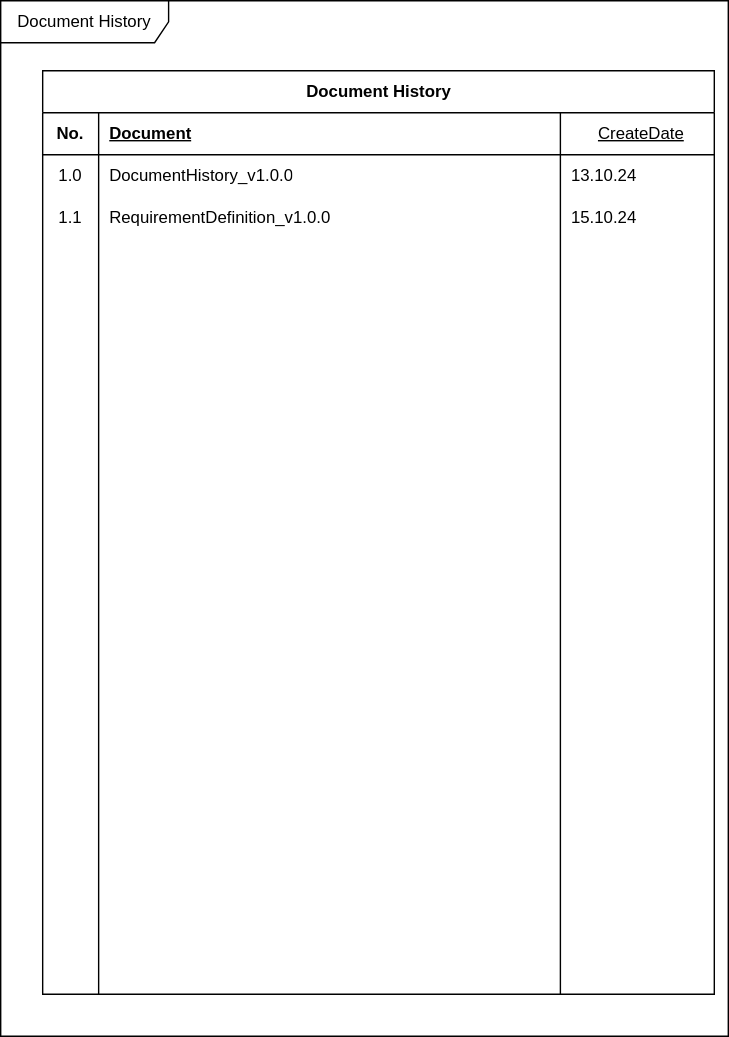
Above: Document/WeadinatorDocumentation.svg in cjungwo/Weadinator (draw.io), before the change. Source tidied: cells renumbered, new cells last; positions are measured from the earlier drawing's top-left corner, leaving out a move shared by most shapes.
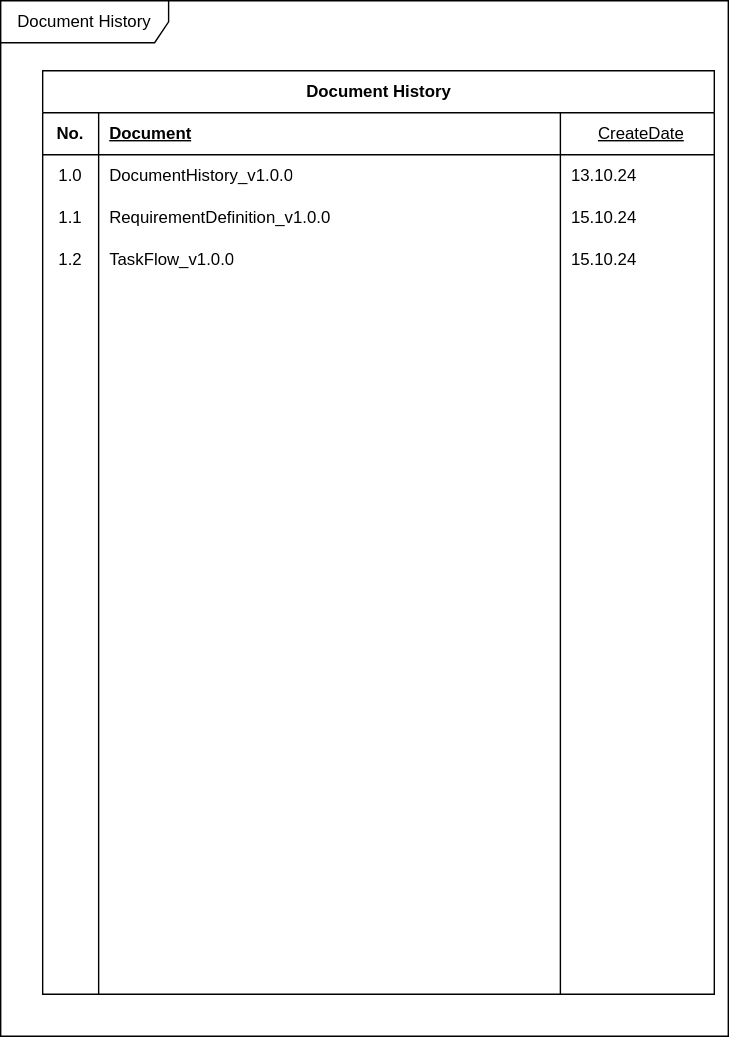
The same file after the commit.

Commit message:
#2 - Update to add task flow

The edit, as a diff of the source:
```diff
@@ -47,13 +47,13 @@
     <mxCell id="16" style="shape=tableRow;horizontal=0;startSize=0;swimlaneHead=0;swimlaneBody=0;fillColor=none;top=0;left=0;right=0;bottom=0;" parent="3" vertex="1">
       <mxGeometry y="120" width="480" height="30" as="geometry" />
     </mxCell>
-    <mxCell id="17" style="shape=partialRectangle;fillColor=none;top=0;left=0;bottom=0;right=0;overflow=hidden;whiteSpace=wrap;html=1;" parent="16" vertex="1">
+    <mxCell id="17" value="1.2" style="shape=partialRectangle;fillColor=none;top=0;left=0;bottom=0;right=0;overflow=hidden;whiteSpace=wrap;html=1;" parent="16" vertex="1">
       <mxGeometry width="40" height="30" as="geometry" />
     </mxCell>
-    <mxCell id="18" style="shape=partialRectangle;fillColor=none;top=0;left=0;bottom=0;right=0;align=left;spacingLeft=6;overflow=hidden;whiteSpace=wrap;html=1;" parent="16" vertex="1">
+    <mxCell id="18" value="TaskFlow_v1.0.0" style="shape=partialRectangle;fillColor=none;top=0;left=0;bottom=0;right=0;align=left;spacingLeft=6;overflow=hidden;whiteSpace=wrap;html=1;" parent="16" vertex="1">
       <mxGeometry x="40" width="330" height="30" as="geometry" />
     </mxCell>
-    <mxCell id="19" style="shape=partialRectangle;fillColor=none;top=0;left=0;bottom=0;right=0;align=left;spacingLeft=6;overflow=hidden;whiteSpace=wrap;html=1;" parent="16" vertex="1">
+    <mxCell id="19" value="15.10.24" style="shape=partialRectangle;fillColor=none;top=0;left=0;bottom=0;right=0;align=left;spacingLeft=6;overflow=hidden;whiteSpace=wrap;html=1;" parent="16" vertex="1">
       <mxGeometry x="370" width="110" height="30" as="geometry" />
     </mxCell>
     <mxCell id="20" style="shape=tableRow;horizontal=0;startSize=0;swimlaneHead=0;swimlaneBody=0;fillColor=none;top=0;left=0;right=0;bottom=0;" parent="3" vertex="1">
```
